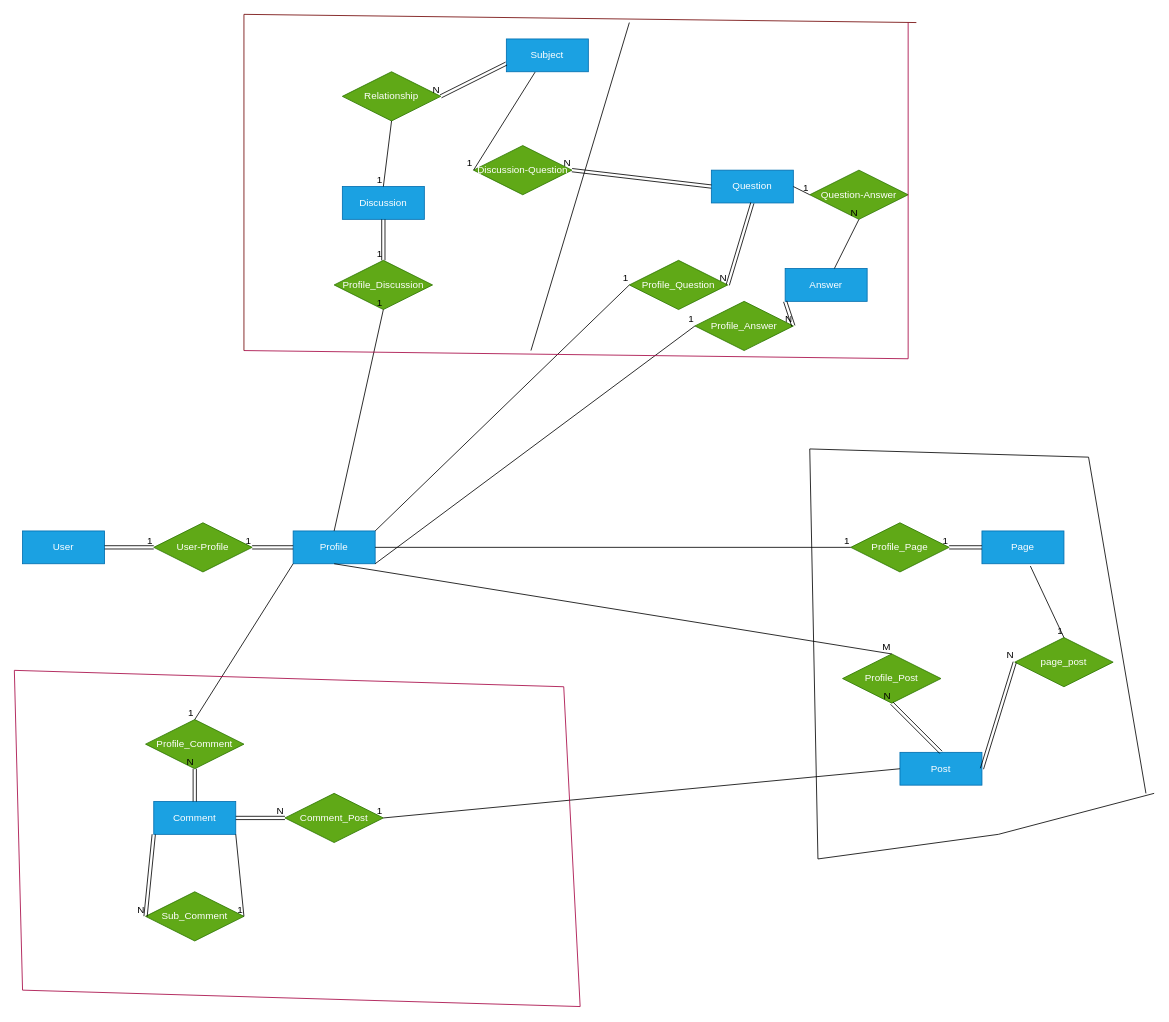
abolfazlshahsavaryyy/citizen_journal keeps this draw.io diagram as core/ERD.drawio. Above is the earlier version. Source tidied: cells renumbered, new cells numbered last; positions are measured from the earlier drawing's top-left corner, leaving out a move shared by most shapes. Both pictures are drawn from the tidied source at 82%, with x=0, y=0 at pixel (14, 14).
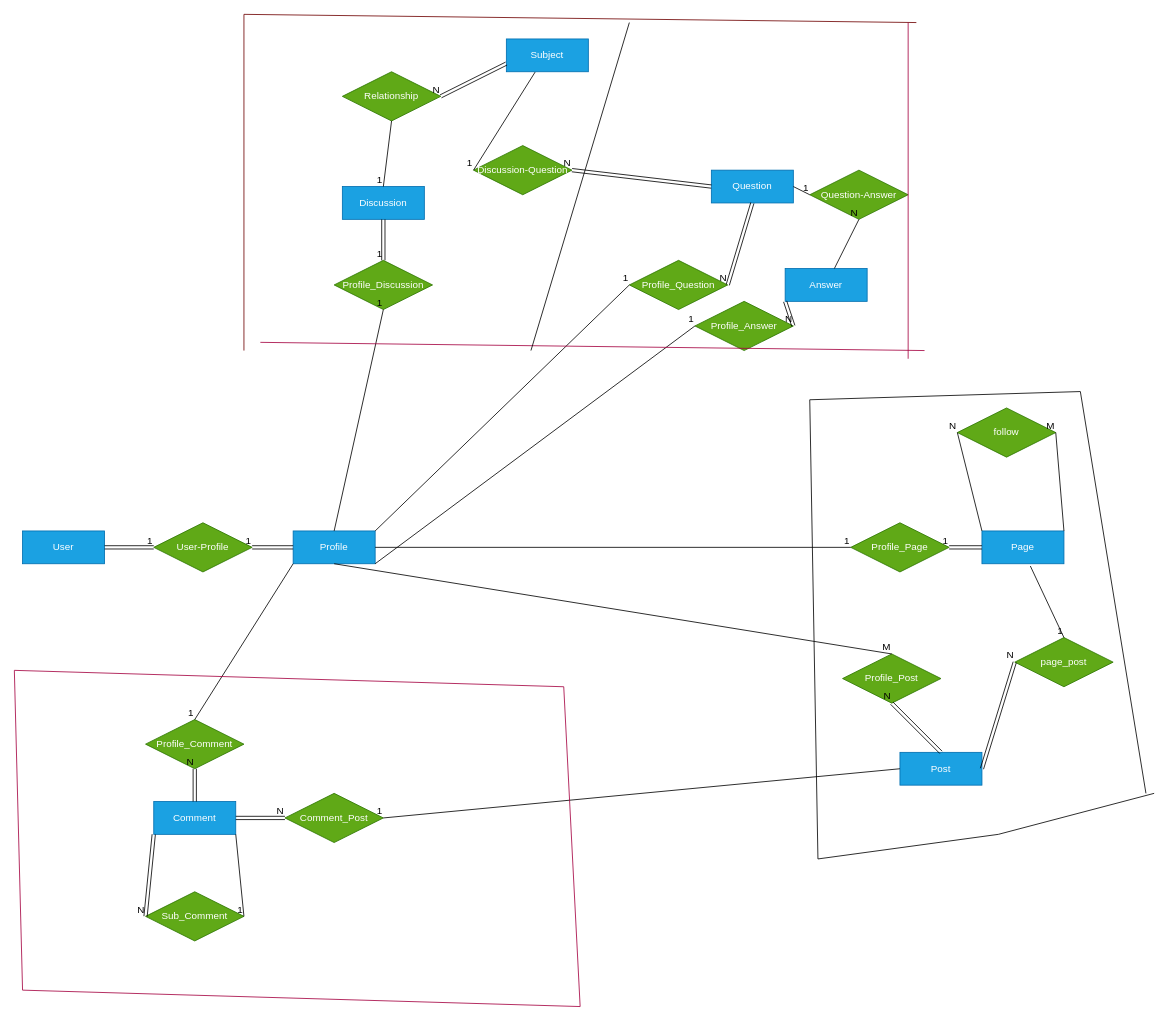
The same page after the edit.

Commit message:
Update ERD.drawio add self relation of Page

Unchanged cells that the change refers to:
```xml
<mxCell id="6" value="&lt;div&gt;Page&lt;/div&gt;" style="whiteSpace=wrap;html=1;align=center;fillColor=#1ba1e2;fontColor=#ffffff;strokeColor=#006EAF;" parent="1" vertex="1">
  <mxGeometry x="1180" y="630" width="100" height="40" as="geometry" />
</mxCell>
```

Change to the diagram source:
```diff
@@
     <mxCell id="64" style="endArrow=none;html=1;rounded=0;fillColor=#d80073;strokeColor=#A50040;" parent="1" edge="1">
       <mxGeometry relative="1" as="geometry">
-        <mxPoint x="280" y="410" as="sourcePoint" />
-        <mxPoint x="1090" y="420" as="targetPoint" />
+        <mxPoint x="300" y="400" as="sourcePoint" />
+        <mxPoint x="1110" y="410" as="targetPoint" />
       </mxGeometry>
     </mxCell>
@@
     <mxCell id="73" style="endArrow=none;html=1;rounded=0;" parent="1" edge="1">
       <mxGeometry relative="1" as="geometry">
         <mxPoint x="1380" y="950" as="sourcePoint" />
-        <mxPoint x="1310" y="540" as="targetPoint" />
+        <mxPoint x="1300" y="460" as="targetPoint" />
       </mxGeometry>
     </mxCell>
     <mxCell id="74" style="endArrow=none;html=1;rounded=0;" parent="1" edge="1">
       <mxGeometry relative="1" as="geometry">
         <mxPoint x="980" y="1030" as="sourcePoint" />
-        <mxPoint x="970" y="530" as="targetPoint" />
+        <mxPoint x="970" y="470" as="targetPoint" />
       </mxGeometry>
     </mxCell>
     <mxCell id="75" style="endArrow=none;html=1;rounded=0;" parent="1" edge="1">
       <mxGeometry relative="1" as="geometry">
-        <mxPoint x="970" y="530" as="sourcePoint" />
-        <mxPoint x="1310" y="540" as="targetPoint" />
+        <mxPoint x="970" y="470" as="sourcePoint" />
+        <mxPoint x="1300" y="460" as="targetPoint" />
       </mxGeometry>
     </mxCell>
@@
+    <mxCell id="90" value="follow" style="shape=rhombus;perimeter=rhombusPerimeter;whiteSpace=wrap;html=1;align=center;fillColor=#60a917;fontColor=#ffffff;strokeColor=#2D7600;" parent="1" vertex="1">
+      <mxGeometry x="1150" y="480" width="120" height="60" as="geometry" />
+    </mxCell>
+    <mxCell id="91" style="endArrow=none;html=1;rounded=0;entryX=0;entryY=0.5;entryDx=0;entryDy=0;exitX=0;exitY=0;exitDx=0;exitDy=0;" parent="1" edge="1" source="6" target="90">
+      <mxGeometry relative="1" as="geometry" />
+    </mxCell>
+    <mxCell id="92" value="N" style="html=1;whiteSpace=wrap;align=right;verticalAlign=bottom;" parent="91" vertex="1">
+      <mxGeometry x="1" relative="1" as="geometry" />
+    </mxCell>
+    <mxCell id="93" style="endArrow=none;html=1;rounded=0;entryX=1;entryY=0.5;entryDx=0;entryDy=0;exitX=1;exitY=0;exitDx=0;exitDy=0;" parent="1" edge="1" source="6" target="90">
+      <mxGeometry relative="1" as="geometry" />
+    </mxCell>
+    <mxCell id="94" value="M" style="html=1;whiteSpace=wrap;align=right;verticalAlign=bottom;" parent="93" vertex="1">
+      <mxGeometry x="1" relative="1" as="geometry" />
+    </mxCell>
```
